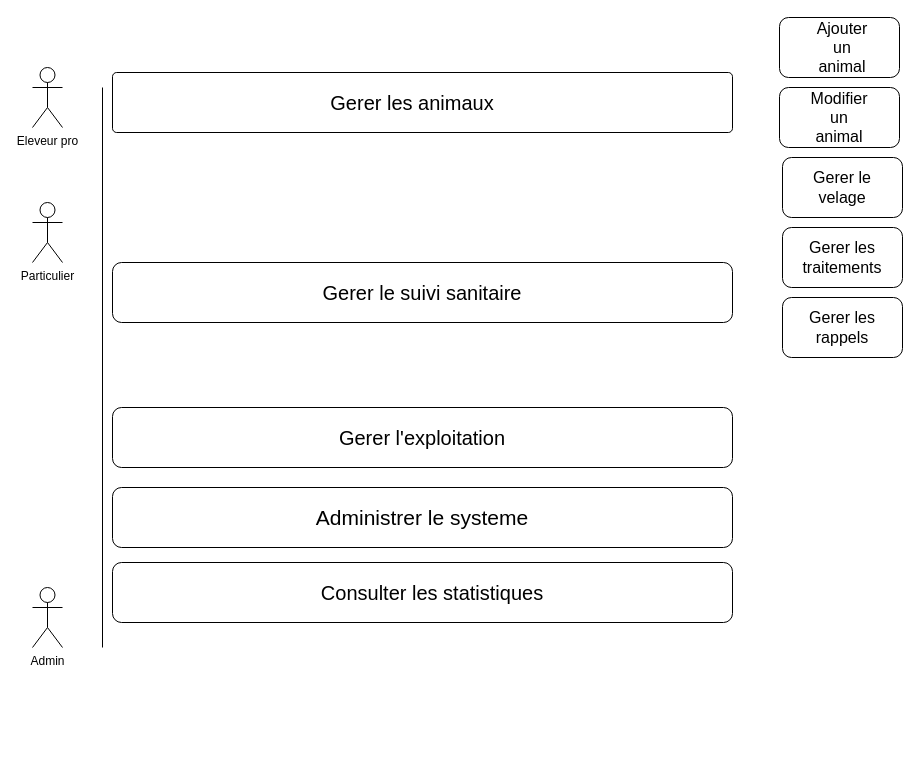
Before: Use case - undefined role.drawio in Guilyane/MadinAgriGest, a draw.io diagram. Source tidied: cells renumbered, new cells numbered last; positions are measured from the earlier drawing's top-left corner, leaving out a move shared by most shapes. Both pictures are drawn from the tidied source at 100%, with x=0, y=0 at pixel (32, 17).
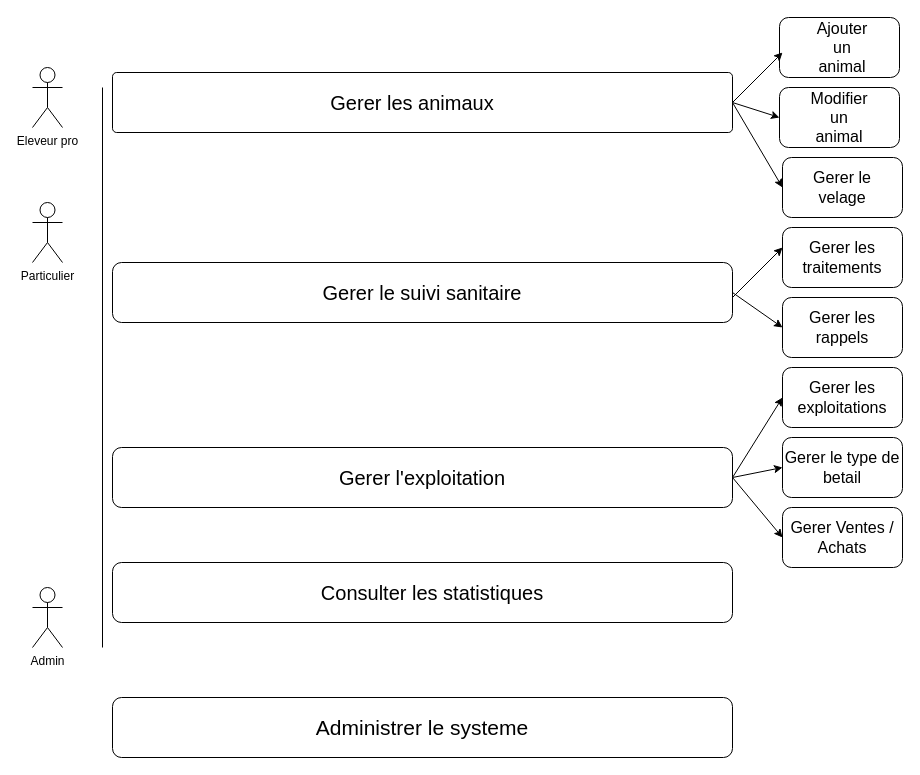
After the change.

Commit message:
Mettre à jour Use case - add role by specifications - Gestion exploitation .drawio

Unchanged cells that the change refers to:
```xml
<mxCell id="6" style="rounded=1;whiteSpace=wrap;html=1;roundedPerimeter=1;" parent="1" vertex="1">
  <mxGeometry x="80" y="245" width="620" height="60" as="geometry" />
</mxCell>
<mxCell id="15" style="rounded=1;whiteSpace=wrap;html=1;roundedPerimeter=1;" parent="1" vertex="1">
  <mxGeometry x="747" y="70" width="120" height="60" as="geometry" />
</mxCell>
<mxCell id="19" style="rounded=1;whiteSpace=wrap;html=1;roundedPerimeter=1;" parent="1" vertex="1">
  <mxGeometry x="750" y="140" width="120" height="60" as="geometry" />
</mxCell>
<mxCell id="22" value="&lt;font style=&quot;font-size: 16px;&quot;&gt;Gerer les rappels&lt;/font&gt;" style="rounded=1;whiteSpace=wrap;html=1;roundedPerimeter=1;" parent="1" vertex="1">
  <mxGeometry x="750" y="280" width="120" height="60" as="geometry" />
</mxCell>
```

Diff of the diagram source:
```diff
@@
     <mxCell id="7" value="&lt;font style=&quot;font-size: 20px;&quot;&gt;Gerer l'exploitation&lt;/font&gt;" style="rounded=1;whiteSpace=wrap;html=1;roundedPerimeter=1;" parent="1" vertex="1">
-      <mxGeometry x="80" y="390" width="620" height="60" as="geometry" />
+      <mxGeometry x="80" y="430" width="620" height="60" as="geometry" />
     </mxCell>
     <mxCell id="8" style="rounded=1;whiteSpace=wrap;html=1;roundedPerimeter=1;" parent="1" vertex="1">
-      <mxGeometry x="80" y="470" width="620" height="60" as="geometry" />
+      <mxGeometry x="80" y="680" width="620" height="60" as="geometry" />
     </mxCell>
@@
     <mxCell id="12" value="&lt;font style=&quot;font-size: 21px;&quot;&gt;Administrer le systeme&lt;/font&gt;" style="text;html=1;whiteSpace=wrap;strokeColor=none;fillColor=none;align=center;verticalAlign=middle;rounded=0;" parent="1" vertex="1">
-      <mxGeometry x="90" y="485" width="600" height="30" as="geometry" />
+      <mxGeometry x="90" y="695" width="600" height="30" as="geometry" />
     </mxCell>
@@
+    <mxCell id="23" value="&lt;font style=&quot;font-size: 16px;&quot;&gt;Gerer les exploitations&lt;/font&gt;" style="rounded=1;whiteSpace=wrap;html=1;roundedPerimeter=1;" parent="1" vertex="1">
+      <mxGeometry x="750" y="350" width="120" height="60" as="geometry" />
+    </mxCell>
+    <mxCell id="24" value="&lt;font style=&quot;font-size: 16px;&quot;&gt;Gerer le type de betail&lt;/font&gt;" style="rounded=1;whiteSpace=wrap;html=1;roundedPerimeter=1;" parent="1" vertex="1">
+      <mxGeometry x="750" y="420" width="120" height="60" as="geometry" />
+    </mxCell>
+    <mxCell id="25" value="&lt;font style=&quot;font-size: 16px;&quot;&gt;Gerer Ventes / Achats&lt;/font&gt;" style="rounded=1;whiteSpace=wrap;html=1;roundedPerimeter=1;" parent="1" vertex="1">
+      <mxGeometry x="750" y="490" width="120" height="60" as="geometry" />
+    </mxCell>
+    <mxCell id="26" style="endArrow=classic;html=1;rounded=0;" parent="1" edge="1">
+      <mxGeometry relative="1" as="geometry">
+        <mxPoint x="700" y="85" as="sourcePoint" />
+        <mxPoint x="750" y="35" as="targetPoint" />
+      </mxGeometry>
+    </mxCell>
+    <mxCell id="27" style="endArrow=classic;html=1;rounded=0;entryX=0;entryY=0.5;entryDx=0;entryDy=0;" parent="1" edge="1" target="19">
+      <mxGeometry relative="1" as="geometry">
+        <mxPoint x="700" y="85" as="sourcePoint" />
+      </mxGeometry>
+    </mxCell>
+    <mxCell id="28" style="endArrow=classic;html=1;rounded=0;entryX=0.108;entryY=0.5;entryDx=0;entryDy=0;" parent="1" edge="1" target="15">
+      <mxGeometry relative="1" as="geometry">
+        <mxPoint x="700" y="85" as="sourcePoint" />
+      </mxGeometry>
+    </mxCell>
+    <mxCell id="29" style="endArrow=classic;html=1;rounded=0;" parent="1" edge="1">
+      <mxGeometry relative="1" as="geometry">
+        <mxPoint x="700" y="280" as="sourcePoint" />
+        <mxPoint x="750" y="230" as="targetPoint" />
+      </mxGeometry>
+    </mxCell>
+    <mxCell id="30" style="endArrow=classic;html=1;rounded=0;exitX=1;exitY=0.5;exitDx=0;exitDy=0;entryX=0;entryY=0.5;entryDx=0;entryDy=0;" parent="1" edge="1" source="6" target="22">
+      <mxGeometry relative="1" as="geometry" />
+    </mxCell>
+    <mxCell id="31" style="endArrow=classic;html=1;rounded=0;exitX=1;exitY=0.5;exitDx=0;exitDy=0;entryX=0;entryY=0.5;entryDx=0;entryDy=0;" parent="1" edge="1" source="7" target="23">
+      <mxGeometry relative="1" as="geometry" />
+    </mxCell>
+    <mxCell id="32" style="endArrow=classic;html=1;rounded=0;exitX=1;exitY=0.5;exitDx=0;exitDy=0;entryX=0;entryY=0.5;entryDx=0;entryDy=0;" parent="1" edge="1" source="7" target="24">
+      <mxGeometry relative="1" as="geometry" />
+    </mxCell>
+    <mxCell id="33" style="endArrow=classic;html=1;rounded=0;exitX=1;exitY=0.5;exitDx=0;exitDy=0;entryX=0;entryY=0.5;entryDx=0;entryDy=0;" parent="1" edge="1" source="7" target="25">
+      <mxGeometry relative="1" as="geometry" />
+    </mxCell>
```
